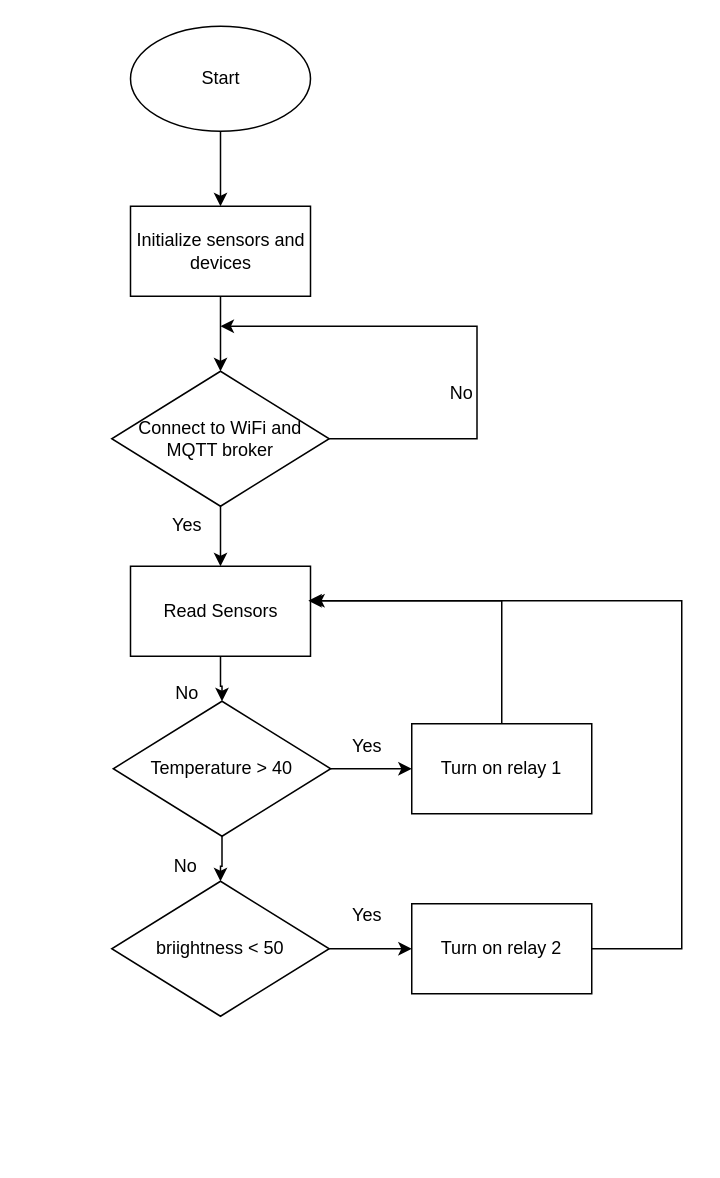
Above: app/Biểu đồ không có tiêu đề.drawio in vuconfused/NotesApp (draw.io), before the change. Source tidied: cells renumbered, new cells numbered last; positions are measured from the earlier drawing's top-left corner, leaving out a move shared by most shapes. Both pictures are drawn from the tidied source at 150%, with x=0, y=0 at pixel (111, 26).
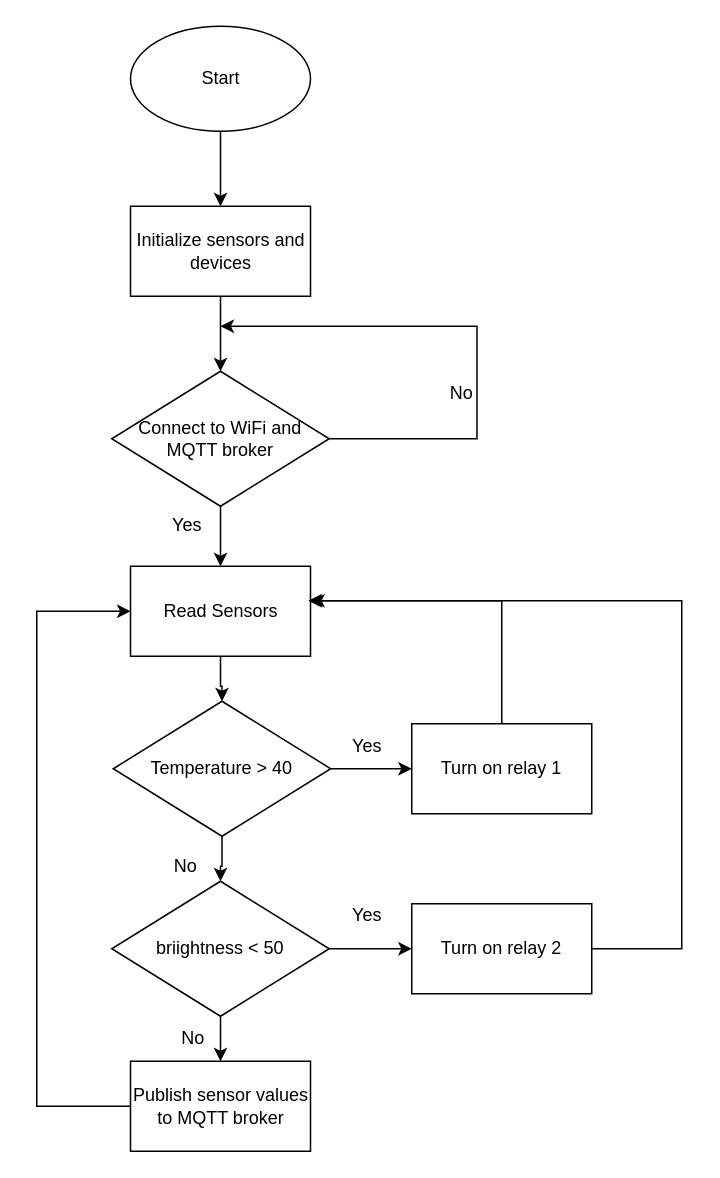
After the change.

The change refers to these unchanged cells:
```xml
<mxCell id="11" value="Read Sensors" style="rounded=0;whiteSpace=wrap;html=1;" parent="1" vertex="1">
  <mxGeometry x="12.5" y="360" width="120" height="60" as="geometry" />
</mxCell>
<mxCell id="18" value="briightness &amp;lt; 50" style="rhombus;whiteSpace=wrap;html=1;" parent="1" vertex="1">
  <mxGeometry y="570" width="145" height="90" as="geometry" />
</mxCell>
```

The edit, as a diff of the source:
```diff
@@
+    <mxCell id="26" style="edgeStyle=orthogonalEdgeStyle;rounded=0;jettySize=auto;html=1;entryX=0.5;entryY=0;entryDx=0;entryDy=0;" parent="1" edge="1" source="18" target="28">
+      <mxGeometry relative="1" as="geometry" />
+    </mxCell>
@@
+    <mxCell id="25" value="No" style="text;html=1;align=center;verticalAlign=middle;strokeColor=none;fillColor=none;" parent="1" vertex="1">
+      <mxGeometry x="29" y="545" width="40" height="30" as="geometry" />
+    </mxCell>
+    <mxCell id="27" style="edgeStyle=orthogonalEdgeStyle;rounded=0;jettySize=auto;html=1;entryX=0;entryY=0.5;entryDx=0;entryDy=0;" parent="1" edge="1" source="28" target="11">
+      <mxGeometry relative="1" as="geometry">
+        <Array as="points">
+          <mxPoint x="-50" y="720" />
+          <mxPoint x="-50" y="390" />
+        </Array>
+      </mxGeometry>
+    </mxCell>
+    <mxCell id="28" value="Publish sensor values to MQTT broker" style="rounded=0;whiteSpace=wrap;html=1;" parent="1" vertex="1">
+      <mxGeometry x="12.5" y="690" width="120" height="60" as="geometry" />
+    </mxCell>
     <mxCell id="24" value="No" style="text;html=1;align=center;verticalAlign=middle;strokeColor=none;fillColor=none;" parent="1" vertex="1">
-      <mxGeometry x="30" y="430" width="40" height="30" as="geometry" />
+      <mxGeometry x="34" y="660" width="40" height="30" as="geometry" />
     </mxCell>
-    <mxCell id="25" value="No" style="text;html=1;align=center;verticalAlign=middle;strokeColor=none;fillColor=none;" parent="1" vertex="1">
-      <mxGeometry x="29" y="545" width="40" height="30" as="geometry" />
-    </mxCell>
```
